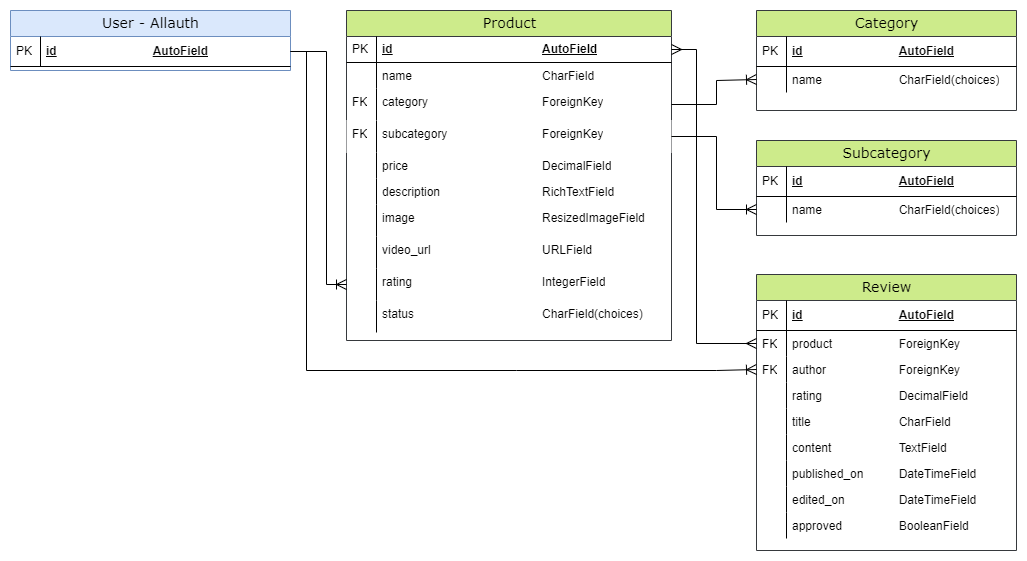
Above: documentation/erd-product.png in g-omarsdottir/shaping-sustainable-surf (draw.io), before the change. Source tidied: cells renumbered, new cells last; positions are measured from the earlier drawing's top-left corner, leaving out a move shared by most shapes.
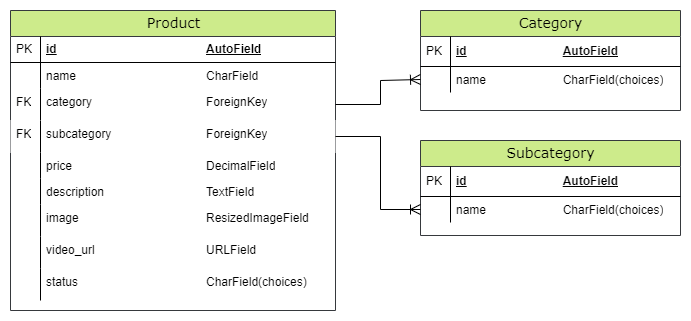
The same diagram one commit later.

Commit message:
Add to README: sections credits & database schema

Change to the diagram source:
```diff
@@ -3,7 +3,7 @@
     <mxCell id="0" />
     <mxCell id="1" parent="0" />
     <mxCell id="2" value="Product" style="swimlane;html=1;fontStyle=0;horizontal=1;startSize=26;fillColor=#cdeb8b;swimlaneFillColor=#ffffff;align=center;rounded=0;shadow=0;comic=0;labelBackgroundColor=none;strokeWidth=1;fontFamily=Verdana;fontSize=14;strokeColor=#36393d;" parent="1" vertex="1">
-      <mxGeometry x="336" width="325" height="330" as="geometry" />
+      <mxGeometry x="336" width="325" height="300" as="geometry" />
     </mxCell>
     <mxCell id="3" value="id&lt;span style=&quot;white-space: pre;&quot;&gt;&#9;&lt;/span&gt;&lt;span style=&quot;white-space: pre;&quot;&gt;&#9;&lt;/span&gt;&lt;span style=&quot;white-space: pre;&quot;&gt;&#9;&lt;/span&gt;&lt;span style=&quot;white-space: pre;&quot;&gt;&#9;&lt;/span&gt;&lt;span style=&quot;white-space: pre;&quot;&gt;&#9;&lt;/span&gt;&lt;span style=&quot;white-space: pre;&quot;&gt;&#9;&lt;/span&gt;AutoField" style="shape=partialRectangle;top=0;left=0;right=0;bottom=1;html=1;align=left;verticalAlign=middle;fillColor=none;spacingLeft=34;spacingRight=4;whiteSpace=wrap;overflow=hidden;points=[[0,0.5],[1,0.5]];portConstraint=eastwest;fontStyle=5;" parent="2" vertex="1">
       <mxGeometry y="26" width="325" height="26" as="geometry" />
@@ -35,7 +35,7 @@
     <mxCell id="12" style="shape=partialRectangle;top=0;left=0;bottom=0;html=1;fillColor=none;align=left;verticalAlign=top;spacingLeft=4;spacingRight=4;whiteSpace=wrap;overflow=hidden;" parent="11" vertex="1">
       <mxGeometry width="30" height="26" as="geometry" />
     </mxCell>
-    <mxCell id="13" value="description&amp;nbsp;&amp;nbsp;&lt;span style=&quot;white-space: pre;&quot;&gt;&#9;&lt;/span&gt;&lt;span style=&quot;white-space: pre;&quot;&gt;&#9;&lt;/span&gt;&lt;span style=&quot;white-space: pre;&quot;&gt;&#9;&lt;/span&gt;&lt;span style=&quot;white-space: pre;&quot;&gt;&#9;&lt;/span&gt;RichTextField" style="shape=partialRectangle;top=0;left=0;right=0;bottom=0;html=1;align=left;verticalAlign=top;fillColor=none;spacingLeft=34;spacingRight=4;whiteSpace=wrap;overflow=hidden;" parent="2" vertex="1">
+    <mxCell id="13" value="description&amp;nbsp;&amp;nbsp;&lt;span style=&quot;white-space: pre;&quot;&gt;&#9;&lt;/span&gt;&lt;span style=&quot;white-space: pre;&quot;&gt;&#9;&lt;/span&gt;&lt;span style=&quot;white-space: pre;&quot;&gt;&#9;&lt;/span&gt;&lt;span style=&quot;white-space: pre;&quot;&gt;&#9;&lt;/span&gt;TextField" style="shape=partialRectangle;top=0;left=0;right=0;bottom=0;html=1;align=left;verticalAlign=top;fillColor=none;spacingLeft=34;spacingRight=4;whiteSpace=wrap;overflow=hidden;" parent="2" vertex="1">
       <mxGeometry y="168" width="325" height="26" as="geometry" />
     </mxCell>
     <mxCell id="14" style="shape=partialRectangle;top=0;left=0;bottom=0;html=1;fillColor=none;align=left;verticalAlign=top;spacingLeft=4;spacingRight=4;whiteSpace=wrap;overflow=hidden;" parent="13" vertex="1">
@@ -53,27 +53,12 @@
     <mxCell id="18" style="shape=partialRectangle;top=0;left=0;bottom=0;html=1;fillColor=none;align=left;verticalAlign=top;spacingLeft=4;spacingRight=4;whiteSpace=wrap;overflow=hidden;" parent="17" vertex="1">
       <mxGeometry width="30" height="32" as="geometry" />
     </mxCell>
-    <mxCell id="19" value="rating&lt;span style=&quot;white-space: pre;&quot;&gt;&#9;&lt;/span&gt;&lt;span style=&quot;white-space: pre;&quot;&gt;&#9;&lt;/span&gt;&lt;span style=&quot;white-space: pre;&quot;&gt;&#9;&lt;/span&gt;&lt;span style=&quot;white-space: pre;&quot;&gt;&#9;&lt;/span&gt;&lt;span style=&quot;white-space: pre;&quot;&gt;&#9;&lt;/span&gt;IntegerField" style="shape=partialRectangle;top=0;left=0;right=0;bottom=0;html=1;align=left;verticalAlign=top;fillColor=none;spacingLeft=34;spacingRight=4;whiteSpace=wrap;overflow=hidden;points=[[0,0.5],[1,0.5]];portConstraint=eastwest;" parent="2" vertex="1">
-      <mxGeometry y="258" width="325" height="32" as="geometry" />
-    </mxCell>
-    <mxCell id="20" style="shape=partialRectangle;top=0;left=0;bottom=0;html=1;fillColor=none;align=left;verticalAlign=top;spacingLeft=4;spacingRight=4;whiteSpace=wrap;overflow=hidden;" parent="19" vertex="1">
-      <mxGeometry width="30" height="32" as="geometry" />
-    </mxCell>
     <mxCell id="21" value="status&lt;span style=&quot;white-space: pre;&quot;&gt;&#9;&lt;/span&gt;&lt;span style=&quot;white-space: pre;&quot;&gt;&#9;&lt;/span&gt;&lt;span style=&quot;white-space: pre;&quot;&gt;&#9;&lt;/span&gt;&lt;span style=&quot;white-space: pre;&quot;&gt;&#9;&lt;/span&gt;&lt;span style=&quot;white-space: pre;&quot;&gt;&#9;&lt;/span&gt;CharField(choices)" style="shape=partialRectangle;top=0;left=0;right=0;bottom=0;html=1;align=left;verticalAlign=top;fillColor=none;spacingLeft=34;spacingRight=4;whiteSpace=wrap;overflow=hidden;" parent="2" vertex="1">
-      <mxGeometry y="290" width="325" height="32" as="geometry" />
+      <mxGeometry y="258" width="325" height="32" as="geometry" />
     </mxCell>
     <mxCell id="22" style="shape=partialRectangle;top=0;left=0;bottom=0;html=1;fillColor=none;align=left;verticalAlign=top;spacingLeft=4;spacingRight=4;whiteSpace=wrap;overflow=hidden;" parent="21" vertex="1">
       <mxGeometry width="30" height="32" as="geometry" />
     </mxCell>
-    <mxCell id="23" value="User - Allauth" style="swimlane;html=1;fontStyle=0;horizontal=1;startSize=26;fillColor=#dae8fc;swimlaneFillColor=#ffffff;align=center;rounded=0;shadow=0;comic=0;labelBackgroundColor=none;strokeWidth=1;fontFamily=Verdana;fontSize=14;strokeColor=#6c8ebf;" parent="1" vertex="1">
-      <mxGeometry width="280" height="60" as="geometry" />
-    </mxCell>
-    <mxCell id="24" value="id&lt;span style=&quot;white-space: pre;&quot;&gt;&#9;&lt;/span&gt;&lt;span style=&quot;white-space: pre;&quot;&gt;&#9;&lt;/span&gt;&lt;span style=&quot;white-space: pre;&quot;&gt;&#9;&lt;/span&gt;&lt;span style=&quot;white-space: pre;&quot;&gt;&#9;&lt;/span&gt;AutoField" style="shape=partialRectangle;top=0;left=0;right=0;bottom=1;html=1;align=left;verticalAlign=middle;fillColor=none;spacingLeft=34;spacingRight=4;whiteSpace=wrap;overflow=hidden;points=[[0,0.5],[1,0.5]];portConstraint=eastwest;fontStyle=5;" parent="23" vertex="1">
-      <mxGeometry y="26" width="280" height="30" as="geometry" />
-    </mxCell>
-    <mxCell id="25" value="PK" style="shape=partialRectangle;top=0;left=0;bottom=0;html=1;fillColor=none;align=left;verticalAlign=middle;spacingLeft=4;spacingRight=4;whiteSpace=wrap;overflow=hidden;" parent="24" vertex="1">
-      <mxGeometry width="30" height="30" as="geometry" />
-    </mxCell>
     <mxCell id="26" value="Category" style="swimlane;html=1;fontStyle=0;horizontal=1;startSize=26;fillColor=#cdeb8b;swimlaneFillColor=#ffffff;align=center;rounded=0;shadow=0;comic=0;labelBackgroundColor=none;strokeWidth=1;fontFamily=Verdana;fontSize=14;strokeColor=#36393d;" parent="1" vertex="1">
       <mxGeometry x="746" width="260" height="100" as="geometry" />
     </mxCell>
@@ -120,88 +105,5 @@
         </Array>
       </mxGeometry>
     </mxCell>
-    <mxCell id="38" style="endArrow=ERoneToMany;html=1;rounded=0;fontSize=12;startSize=8;endSize=8;curved=0;exitX=1;exitY=0.5;exitDx=0;exitDy=0;endFill=0;entryX=0;entryY=0.5;entryDx=0;entryDy=0;" parent="1" edge="1" source="24" target="19">
-      <mxGeometry relative="1" as="geometry">
-        <Array as="points">
-          <mxPoint x="316" y="41" />
-          <mxPoint x="316" y="274" />
-        </Array>
-      </mxGeometry>
-    </mxCell>
-    <mxCell id="39" value="Review" style="swimlane;html=1;fontStyle=0;horizontal=1;startSize=26;fillColor=#cdeb8b;swimlaneFillColor=#ffffff;align=center;rounded=0;shadow=0;comic=0;labelBackgroundColor=none;strokeWidth=1;fontFamily=Verdana;fontSize=14;strokeColor=#36393d;" parent="1" vertex="1">
-      <mxGeometry x="746" y="264" width="260" height="276" as="geometry" />
-    </mxCell>
-    <mxCell id="40" value="id&lt;span style=&quot;white-space: pre;&quot;&gt;&#9;&lt;/span&gt;&lt;span style=&quot;white-space: pre;&quot;&gt;&#9;&lt;/span&gt;&lt;span style=&quot;white-space: pre;&quot;&gt;&#9;&lt;/span&gt;&lt;span style=&quot;white-space: pre;&quot;&gt;&#9;&lt;/span&gt;AutoField" style="shape=partialRectangle;top=0;left=0;right=0;bottom=1;html=1;align=left;verticalAlign=middle;fillColor=none;spacingLeft=34;spacingRight=4;whiteSpace=wrap;overflow=hidden;fontStyle=5;" parent="39" vertex="1">
-      <mxGeometry y="26" width="260" height="30" as="geometry" />
-    </mxCell>
-    <mxCell id="41" value="PK" style="shape=partialRectangle;top=0;left=0;bottom=0;html=1;fillColor=none;align=left;verticalAlign=middle;spacingLeft=4;spacingRight=4;whiteSpace=wrap;overflow=hidden;" parent="40" vertex="1">
-      <mxGeometry width="30" height="30" as="geometry" />
-    </mxCell>
-    <mxCell id="42" value="product&lt;span style=&quot;white-space: pre;&quot;&gt;&#9;&lt;/span&gt;&lt;span style=&quot;white-space: pre;&quot;&gt;&#9;&lt;span style=&quot;white-space: pre;&quot;&gt;&#9;&lt;/span&gt;F&lt;/span&gt;oreignKey" style="shape=partialRectangle;top=0;left=0;right=0;bottom=0;html=1;align=left;verticalAlign=top;fillColor=none;spacingLeft=34;spacingRight=4;whiteSpace=wrap;overflow=hidden;points=[[0,0.5],[1,0.5]];portConstraint=eastwest;" parent="39" vertex="1">
-      <mxGeometry y="56" width="260" height="26" as="geometry" />
-    </mxCell>
-    <mxCell id="43" value="FK" style="shape=partialRectangle;top=0;left=0;bottom=0;html=1;fillColor=none;align=left;verticalAlign=top;spacingLeft=4;spacingRight=4;whiteSpace=wrap;overflow=hidden;" parent="42" vertex="1">
-      <mxGeometry width="30" height="26" as="geometry" />
-    </mxCell>
-    <mxCell id="44" value="author&lt;span style=&quot;white-space: pre;&quot;&gt;&#9;&lt;/span&gt;&lt;span style=&quot;white-space: pre;&quot;&gt;&#9;&lt;span style=&quot;white-space: pre;&quot;&gt;&#9;&lt;/span&gt;F&lt;/span&gt;oreignKey" style="shape=partialRectangle;top=0;left=0;right=0;bottom=0;html=1;align=left;verticalAlign=top;fillColor=none;spacingLeft=34;spacingRight=4;whiteSpace=wrap;overflow=hidden;points=[[0,0.5],[1,0.5]];portConstraint=eastwest;" parent="39" vertex="1">
-      <mxGeometry y="82" width="260" height="26" as="geometry" />
-    </mxCell>
-    <mxCell id="45" value="FK" style="shape=partialRectangle;top=0;left=0;bottom=0;html=1;fillColor=none;align=left;verticalAlign=top;spacingLeft=4;spacingRight=4;whiteSpace=wrap;overflow=hidden;" parent="44" vertex="1">
-      <mxGeometry width="30" height="26" as="geometry" />
-    </mxCell>
-    <mxCell id="46" value="rating&lt;span style=&quot;white-space: pre;&quot;&gt;&#9;&lt;/span&gt;&lt;span style=&quot;white-space: pre;&quot;&gt;&#9;&lt;/span&gt;&lt;span style=&quot;white-space: pre;&quot;&gt;&#9;D&lt;/span&gt;ecimalField" style="shape=partialRectangle;top=0;left=0;right=0;bottom=0;html=1;align=left;verticalAlign=top;fillColor=none;spacingLeft=34;spacingRight=4;whiteSpace=wrap;overflow=hidden;" parent="39" vertex="1">
-      <mxGeometry y="108" width="260" height="26" as="geometry" />
-    </mxCell>
-    <mxCell id="47" style="shape=partialRectangle;top=0;left=0;bottom=0;html=1;fillColor=none;align=left;verticalAlign=top;spacingLeft=4;spacingRight=4;whiteSpace=wrap;overflow=hidden;" parent="46" vertex="1">
-      <mxGeometry width="30" height="26" as="geometry" />
-    </mxCell>
-    <mxCell id="48" value="title&lt;span style=&quot;white-space: pre;&quot;&gt;&#9;&lt;/span&gt;&lt;span style=&quot;white-space: pre;&quot;&gt;&#9;&lt;/span&gt;&lt;span style=&quot;white-space: pre;&quot;&gt;&#9;&lt;span style=&quot;white-space: pre;&quot;&gt;&#9;&lt;/span&gt;C&lt;/span&gt;harField" style="shape=partialRectangle;top=0;left=0;right=0;bottom=0;html=1;align=left;verticalAlign=top;fillColor=none;spacingLeft=34;spacingRight=4;whiteSpace=wrap;overflow=hidden;" parent="39" vertex="1">
-      <mxGeometry y="134" width="260" height="26" as="geometry" />
-    </mxCell>
-    <mxCell id="49" style="shape=partialRectangle;top=0;left=0;bottom=0;html=1;fillColor=none;align=left;verticalAlign=top;spacingLeft=4;spacingRight=4;whiteSpace=wrap;overflow=hidden;" parent="48" vertex="1">
-      <mxGeometry width="30" height="26" as="geometry" />
-    </mxCell>
-    <mxCell id="50" value="content&lt;span style=&quot;white-space: pre;&quot;&gt;&#9;&lt;/span&gt;&lt;span style=&quot;white-space: pre;&quot;&gt;&#9;&lt;span style=&quot;white-space: pre;&quot;&gt;&#9;&lt;/span&gt;T&lt;/span&gt;extField" style="shape=partialRectangle;top=0;left=0;right=0;bottom=0;html=1;align=left;verticalAlign=top;fillColor=none;spacingLeft=34;spacingRight=4;whiteSpace=wrap;overflow=hidden;" parent="39" vertex="1">
-      <mxGeometry y="160" width="260" height="26" as="geometry" />
-    </mxCell>
-    <mxCell id="51" style="shape=partialRectangle;top=0;left=0;bottom=0;html=1;fillColor=none;align=left;verticalAlign=top;spacingLeft=4;spacingRight=4;whiteSpace=wrap;overflow=hidden;" parent="50" vertex="1">
-      <mxGeometry width="30" height="26" as="geometry" />
-    </mxCell>
-    <mxCell id="52" value="published_on&lt;span style=&quot;white-space: pre;&quot;&gt;&#9;&lt;span style=&quot;white-space: pre;&quot;&gt;&#9;&lt;/span&gt;D&lt;/span&gt;ateTimeField" style="shape=partialRectangle;top=0;left=0;right=0;bottom=0;html=1;align=left;verticalAlign=top;fillColor=none;spacingLeft=34;spacingRight=4;whiteSpace=wrap;overflow=hidden;" parent="39" vertex="1">
-      <mxGeometry y="186" width="260" height="26" as="geometry" />
-    </mxCell>
-    <mxCell id="53" style="shape=partialRectangle;top=0;left=0;bottom=0;html=1;fillColor=none;align=left;verticalAlign=top;spacingLeft=4;spacingRight=4;whiteSpace=wrap;overflow=hidden;" parent="52" vertex="1">
-      <mxGeometry width="30" height="26" as="geometry" />
-    </mxCell>
-    <mxCell id="54" value="edited_on&lt;span style=&quot;white-space: pre;&quot;&gt;&#9;&lt;span style=&quot;white-space: pre;&quot;&gt;&#9;&lt;/span&gt;D&lt;/span&gt;ateTimeField" style="shape=partialRectangle;top=0;left=0;right=0;bottom=0;html=1;align=left;verticalAlign=top;fillColor=none;spacingLeft=34;spacingRight=4;whiteSpace=wrap;overflow=hidden;" parent="39" vertex="1">
-      <mxGeometry y="212" width="260" height="26" as="geometry" />
-    </mxCell>
-    <mxCell id="55" style="shape=partialRectangle;top=0;left=0;bottom=0;html=1;fillColor=none;align=left;verticalAlign=top;spacingLeft=4;spacingRight=4;whiteSpace=wrap;overflow=hidden;" parent="54" vertex="1">
-      <mxGeometry width="30" height="26" as="geometry" />
-    </mxCell>
-    <mxCell id="56" value="approved&lt;span style=&quot;white-space: pre;&quot;&gt;&#9;&lt;span style=&quot;white-space: pre;&quot;&gt;&#9;&lt;span style=&quot;white-space: pre;&quot;&gt;&#9;&lt;/span&gt;&lt;/span&gt;B&lt;/span&gt;ooleanField" style="shape=partialRectangle;top=0;left=0;right=0;bottom=0;html=1;align=left;verticalAlign=top;fillColor=none;spacingLeft=34;spacingRight=4;whiteSpace=wrap;overflow=hidden;" parent="39" vertex="1">
-      <mxGeometry y="238" width="260" height="26" as="geometry" />
-    </mxCell>
-    <mxCell id="57" style="shape=partialRectangle;top=0;left=0;bottom=0;html=1;fillColor=none;align=left;verticalAlign=top;spacingLeft=4;spacingRight=4;whiteSpace=wrap;overflow=hidden;" parent="56" vertex="1">
-      <mxGeometry width="30" height="26" as="geometry" />
-    </mxCell>
-    <mxCell id="58" style="endArrow=ERoneToMany;html=1;rounded=0;fontSize=12;startSize=8;endSize=8;curved=0;entryX=0;entryY=0.5;entryDx=0;entryDy=0;startArrow=none;startFill=0;endFill=0;exitX=1;exitY=0.5;exitDx=0;exitDy=0;" parent="1" edge="1" source="24" target="44">
-      <mxGeometry relative="1" as="geometry">
-        <Array as="points">
-          <mxPoint x="296" y="41" />
-          <mxPoint x="296" y="360" />
-          <mxPoint x="506" y="360" />
-          <mxPoint x="706" y="360" />
-        </Array>
-      </mxGeometry>
-    </mxCell>
-    <mxCell id="59" style="endArrow=ERmany;html=1;rounded=0;fontSize=12;startSize=8;endSize=8;curved=0;entryX=0;entryY=0.5;entryDx=0;entryDy=0;exitX=1;exitY=0.5;exitDx=0;exitDy=0;startArrow=ERmany;startFill=0;endFill=0;" parent="1" edge="1" source="3" target="42">
-      <mxGeometry relative="1" as="geometry">
-        <Array as="points">
-          <mxPoint x="686" y="39" />
-          <mxPoint x="686" y="333" />
-        </Array>
-      </mxGeometry>
-    </mxCell>
   </root>
 </mxGraphModel>
```
